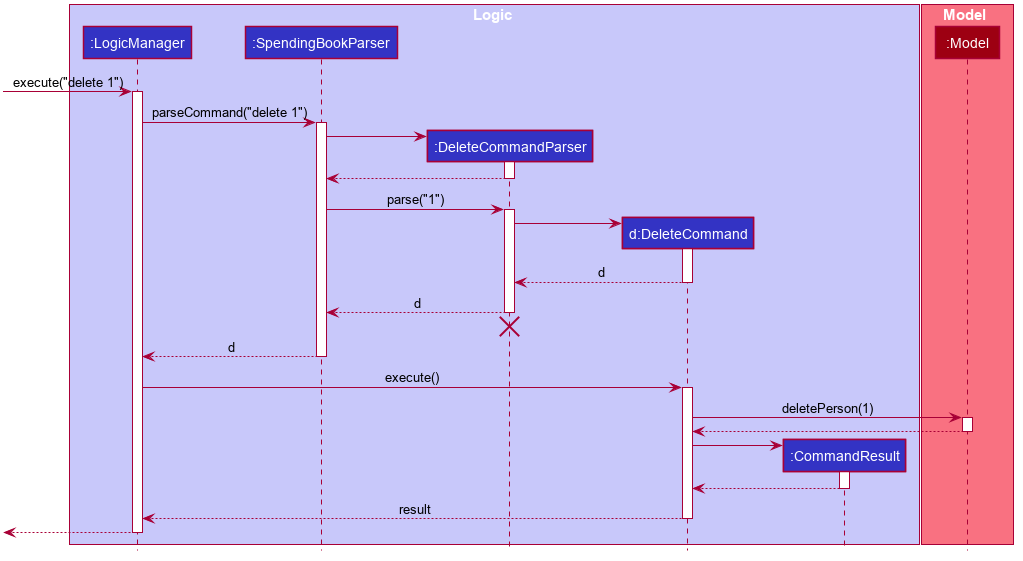
nus-cs2103-AY1920S1/addressbook-level3 keeps this PlantUML diagram as docs/images/DeleteSequenceDiagram.png. Above is the earlier version.
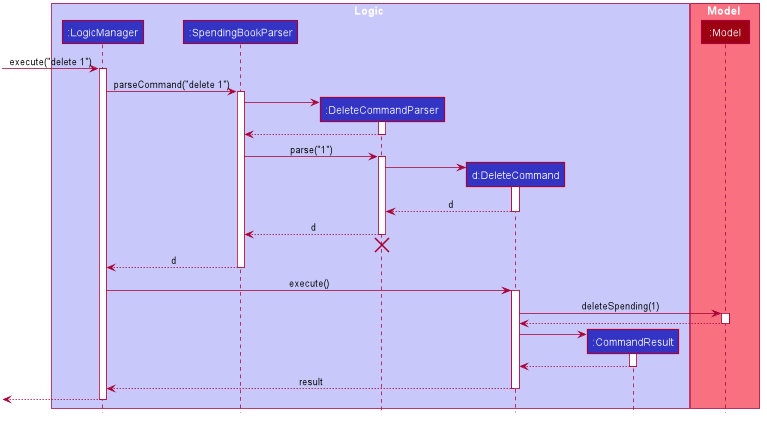
Later version of the same file.

Diff of the diagram source:
```diff
@@ -94,7 +94,7 @@
 LogicManager -> DeleteCommand : execute()
 activate DeleteCommand
 
-DeleteCommand -> Model : deletePerson(1)
+DeleteCommand -> Model : deleteSpending(1)
 activate Model
 
 Model --> DeleteCommand
```
